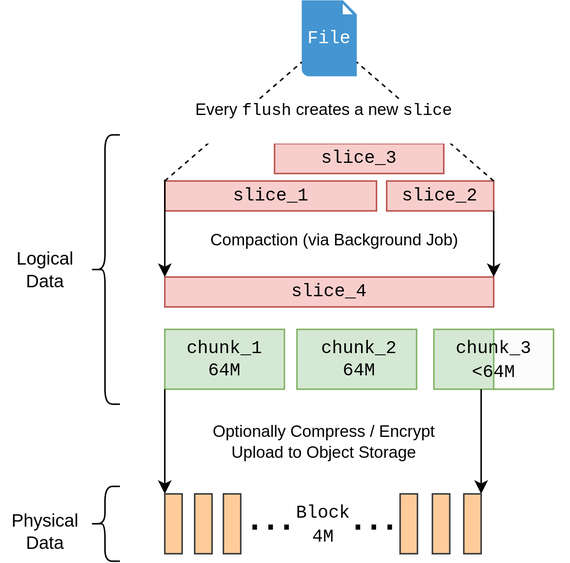
This is docs/en/images/data-structure-diagram.svg from juicedata/juicefs, a draw.io export, as it was before one commit. Source tidied: cells renumbered, new cells last; positions are measured from the earlier drawing's top-left corner, leaving out a move shared by most shapes.
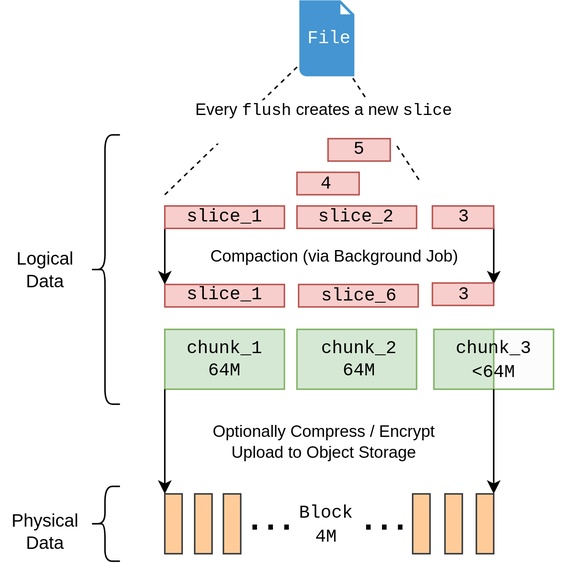
The same diagram one commit later.

Change to the diagram source:
```diff
@@ -3,7 +3,7 @@
     <mxCell id="0" />
     <mxCell id="1" parent="0" />
     <mxCell id="2" style="shadow=0;dashed=0;html=1;strokeColor=none;fillColor=#4495D1;labelPosition=center;verticalLabelPosition=bottom;verticalAlign=top;align=center;outlineConnect=0;shape=mxgraph.veeam.2d.file;" parent="1" vertex="1">
-      <mxGeometry x="201.6" width="36.8" height="50.8" as="geometry" />
+      <mxGeometry x="200" width="36.8" height="50.8" as="geometry" />
     </mxCell>
     <mxCell id="3" value="&lt;font face=&quot;Courier New&quot;&gt;File&lt;/font&gt;" style="text;strokeColor=none;align=center;fillColor=none;html=1;verticalAlign=middle;whiteSpace=wrap;rounded=0;fontColor=#ffffff;" parent="1" vertex="1">
       <mxGeometry x="190" y="10.4" width="60" height="30" as="geometry" />
@@ -17,116 +17,141 @@
     <mxCell id="6" value="&lt;p style=&quot;margin:13px;&quot;&gt;&lt;br&gt;&lt;/p&gt;" style="shape=rect;html=1;overflow=fill;whiteSpace=wrap;align=center;fillColor=#d5e8d4;strokeColor=#82b366;gradientColor=none;gradientDirection=east;" parent="1" vertex="1">
       <mxGeometry x="290" y="220" width="80" height="40" as="geometry" />
     </mxCell>
-    <mxCell id="7" value="&lt;p style=&quot;margin:13px;&quot;&gt;&lt;br&gt;&lt;/p&gt;" style="shape=rect;html=1;overflow=fill;whiteSpace=wrap;align=center;fillColor=#f8cecc;strokeColor=#b85450;" parent="1" vertex="1">
-      <mxGeometry x="110" y="120.8" width="141.6" height="20" as="geometry" />
+    <mxCell id="7" style="endArrow=none;dashed=1;html=1;rounded=0;exitX=0;exitY=0;exitDx=0;exitDy=0;" parent="1" edge="1" target="2">
+      <mxGeometry relative="1" as="geometry">
+        <mxPoint x="110" y="130" as="sourcePoint" />
+      </mxGeometry>
     </mxCell>
-    <mxCell id="8" value="slice_1" style="text;strokeColor=none;align=center;fillColor=none;html=1;verticalAlign=middle;whiteSpace=wrap;rounded=0;fontFamily=Courier New;" parent="1" vertex="1">
-      <mxGeometry x="150.8" y="115.8" width="60" height="30" as="geometry" />
+    <mxCell id="8" style="endArrow=none;dashed=1;html=1;rounded=0;exitX=1;exitY=0;exitDx=0;exitDy=0;" parent="1" edge="1" target="2">
+      <mxGeometry relative="1" as="geometry">
+        <mxPoint x="280" y="120" as="sourcePoint" />
+      </mxGeometry>
     </mxCell>
-    <mxCell id="9" value="&lt;p style=&quot;margin:13px;&quot;&gt;&lt;br&gt;&lt;/p&gt;" style="shape=rect;html=1;overflow=fill;whiteSpace=wrap;align=center;fillColor=#f8cecc;strokeColor=#b85450;" parent="1" vertex="1">
-      <mxGeometry x="258.4" y="120.8" width="71.6" height="20" as="geometry" />
+    <mxCell id="9" value="chunk_1&lt;br&gt;64M" style="text;strokeColor=none;align=center;fillColor=none;html=1;verticalAlign=middle;whiteSpace=wrap;rounded=0;fontFamily=Courier New;" parent="1" vertex="1">
+      <mxGeometry x="100" y="225" width="100" height="30" as="geometry" />
     </mxCell>
-    <mxCell id="10" value="&lt;p style=&quot;margin:13px;&quot;&gt;&lt;br&gt;&lt;/p&gt;" style="shape=rect;html=1;overflow=fill;whiteSpace=wrap;align=center;fillColor=#f8cecc;strokeColor=#b85450;" parent="1" vertex="1">
-      <mxGeometry x="183.4" y="95.8" width="113.2" height="20" as="geometry" />
+    <mxCell id="10" value="chunk_2&lt;br&gt;64M" style="text;strokeColor=none;align=center;fillColor=none;html=1;verticalAlign=middle;whiteSpace=wrap;rounded=0;fontFamily=Courier New;" parent="1" vertex="1">
+      <mxGeometry x="190" y="225" width="100" height="30" as="geometry" />
     </mxCell>
-    <mxCell id="11" value="slice_3" style="text;strokeColor=none;align=center;fillColor=none;html=1;verticalAlign=middle;whiteSpace=wrap;rounded=0;fontFamily=Courier New;" parent="1" vertex="1">
-      <mxGeometry x="210" y="90.8" width="60" height="30" as="geometry" />
+    <mxCell id="11" value="&lt;p style=&quot;margin:13px;&quot;&gt;&lt;br&gt;&lt;/p&gt;" style="shape=rect;html=1;overflow=fill;whiteSpace=wrap;align=center;fillColor=#FCFCFC;strokeColor=#82b366;gradientColor=none;gradientDirection=east;" parent="1" vertex="1">
+      <mxGeometry x="330" y="220" width="40" height="40" as="geometry" />
     </mxCell>
-    <mxCell id="12" style="endArrow=none;dashed=1;html=1;rounded=0;exitX=0;exitY=0;exitDx=0;exitDy=0;" parent="1" edge="1" source="7" target="2">
-      <mxGeometry relative="1" as="geometry" />
+    <mxCell id="12" value="&lt;font face=&quot;Courier New&quot;&gt;chunk_3&lt;br&gt;&amp;lt;64M&lt;/font&gt;" style="text;strokeColor=none;align=center;fillColor=none;html=1;verticalAlign=middle;whiteSpace=wrap;rounded=0;" parent="1" vertex="1">
+      <mxGeometry x="280" y="225" width="100" height="30" as="geometry" />
     </mxCell>
-    <mxCell id="13" style="endArrow=none;dashed=1;html=1;rounded=0;exitX=1;exitY=0;exitDx=0;exitDy=0;" parent="1" edge="1" source="9" target="2">
-      <mxGeometry relative="1" as="geometry" />
+    <mxCell id="13" value="&lt;p style=&quot;text-align: left; margin: 13px;&quot;&gt;&lt;br&gt;&lt;/p&gt;" style="shape=rect;html=1;overflow=fill;whiteSpace=wrap;align=center;fillColor=#ffcc99;strokeColor=#36393d;" parent="1" vertex="1">
+      <mxGeometry x="110" y="330" width="11.6" height="40" as="geometry" />
     </mxCell>
-    <mxCell id="14" value="chunk_1&lt;br&gt;64M" style="text;strokeColor=none;align=center;fillColor=none;html=1;verticalAlign=middle;whiteSpace=wrap;rounded=0;fontFamily=Courier New;" parent="1" vertex="1">
-      <mxGeometry x="100" y="225" width="100" height="30" as="geometry" />
+    <mxCell id="14" value="&lt;p style=&quot;text-align: left; margin: 13px;&quot;&gt;&lt;br&gt;&lt;/p&gt;" style="shape=rect;html=1;overflow=fill;whiteSpace=wrap;align=center;fillColor=#ffcc99;strokeColor=#36393d;" parent="1" vertex="1">
+      <mxGeometry x="130" y="330" width="11.6" height="40" as="geometry" />
     </mxCell>
-    <mxCell id="15" value="chunk_2&lt;br&gt;64M" style="text;strokeColor=none;align=center;fillColor=none;html=1;verticalAlign=middle;whiteSpace=wrap;rounded=0;fontFamily=Courier New;" parent="1" vertex="1">
-      <mxGeometry x="190" y="225" width="100" height="30" as="geometry" />
+    <mxCell id="15" value="&lt;p style=&quot;text-align: left; margin: 13px;&quot;&gt;&lt;br&gt;&lt;/p&gt;" style="shape=rect;html=1;overflow=fill;whiteSpace=wrap;align=center;fillColor=#ffcc99;strokeColor=#36393d;" parent="1" vertex="1">
+      <mxGeometry x="149.2" y="330" width="11.6" height="40" as="geometry" />
     </mxCell>
-    <mxCell id="16" value="&lt;p style=&quot;margin:13px;&quot;&gt;&lt;br&gt;&lt;/p&gt;" style="shape=rect;html=1;overflow=fill;whiteSpace=wrap;align=center;fillColor=#FCFCFC;strokeColor=#82b366;gradientColor=none;gradientDirection=east;" parent="1" vertex="1">
-      <mxGeometry x="330" y="220" width="40" height="40" as="geometry" />
+    <mxCell id="16" value="&lt;p style=&quot;text-align: left; margin: 13px;&quot;&gt;&lt;br&gt;&lt;/p&gt;" style="shape=rect;html=1;overflow=fill;whiteSpace=wrap;align=center;fillColor=#ffcc99;strokeColor=#36393d;" parent="1" vertex="1">
+      <mxGeometry x="275.8" y="330" width="11.6" height="40" as="geometry" />
     </mxCell>
-    <mxCell id="17" value="&lt;font face=&quot;Courier New&quot;&gt;chunk_3&lt;br&gt;&amp;lt;64M&lt;/font&gt;" style="text;strokeColor=none;align=center;fillColor=none;html=1;verticalAlign=middle;whiteSpace=wrap;rounded=0;" parent="1" vertex="1">
-      <mxGeometry x="280" y="225" width="100" height="30" as="geometry" />
+    <mxCell id="17" value="&lt;p style=&quot;text-align: left; margin: 13px;&quot;&gt;&lt;br&gt;&lt;/p&gt;" style="shape=rect;html=1;overflow=fill;whiteSpace=wrap;align=center;fillColor=#ffcc99;strokeColor=#36393d;" parent="1" vertex="1">
+      <mxGeometry x="297.4" y="330" width="11.6" height="40" as="geometry" />
     </mxCell>
-    <mxCell id="18" value="slice_2" style="text;strokeColor=none;align=center;fillColor=none;html=1;verticalAlign=middle;whiteSpace=wrap;rounded=0;fontFamily=Courier New;" parent="1" vertex="1">
-      <mxGeometry x="264.2" y="115.8" width="60" height="30" as="geometry" />
+    <mxCell id="18" value="&lt;p style=&quot;text-align: left; margin: 13px;&quot;&gt;&lt;br&gt;&lt;/p&gt;" style="shape=rect;html=1;overflow=fill;whiteSpace=wrap;align=center;fillColor=#ffcc99;strokeColor=#36393d;" parent="1" vertex="1">
+      <mxGeometry x="318.4" y="330" width="11.6" height="40" as="geometry" />
     </mxCell>
-    <mxCell id="19" value="&lt;p style=&quot;text-align: left; margin: 13px;&quot;&gt;&lt;br&gt;&lt;/p&gt;" style="shape=rect;html=1;overflow=fill;whiteSpace=wrap;align=center;fillColor=#ffcc99;strokeColor=#36393d;" parent="1" vertex="1">
-      <mxGeometry x="110" y="330" width="11.6" height="40" as="geometry" />
+    <mxCell id="19" value="&lt;font face=&quot;Courier New&quot;&gt;Block 4M&lt;br&gt;&lt;/font&gt;" style="text;strokeColor=none;align=center;fillColor=none;html=1;verticalAlign=middle;whiteSpace=wrap;rounded=0;" parent="1" vertex="1">
+      <mxGeometry x="191.3" y="335" width="54.2" height="30" as="geometry" />
     </mxCell>
-    <mxCell id="20" value="&lt;p style=&quot;text-align: left; margin: 13px;&quot;&gt;&lt;br&gt;&lt;/p&gt;" style="shape=rect;html=1;overflow=fill;whiteSpace=wrap;align=center;fillColor=#ffcc99;strokeColor=#36393d;" parent="1" vertex="1">
-      <mxGeometry x="130" y="330" width="11.6" height="40" as="geometry" />
+    <mxCell id="20" style="shape=curlyBracket;whiteSpace=wrap;html=1;rounded=1;labelPosition=left;verticalLabelPosition=middle;align=right;verticalAlign=middle;" parent="1" vertex="1">
+      <mxGeometry x="60" y="90" width="20" height="180" as="geometry" />
     </mxCell>
-    <mxCell id="21" value="&lt;p style=&quot;text-align: left; margin: 13px;&quot;&gt;&lt;br&gt;&lt;/p&gt;" style="shape=rect;html=1;overflow=fill;whiteSpace=wrap;align=center;fillColor=#ffcc99;strokeColor=#36393d;" parent="1" vertex="1">
-      <mxGeometry x="149.2" y="330" width="11.6" height="40" as="geometry" />
+    <mxCell id="21" value="Logical&lt;br&gt;Data" style="text;strokeColor=none;align=center;fillColor=none;html=1;verticalAlign=middle;whiteSpace=wrap;rounded=0;" parent="1" vertex="1">
+      <mxGeometry y="165" width="60" height="30" as="geometry" />
     </mxCell>
-    <mxCell id="22" value="&lt;p style=&quot;text-align: left; margin: 13px;&quot;&gt;&lt;br&gt;&lt;/p&gt;" style="shape=rect;html=1;overflow=fill;whiteSpace=wrap;align=center;fillColor=#ffcc99;strokeColor=#36393d;" parent="1" vertex="1">
-      <mxGeometry x="267.4" y="330" width="11.6" height="40" as="geometry" />
+    <mxCell id="22" style="shape=curlyBracket;whiteSpace=wrap;html=1;rounded=1;labelPosition=left;verticalLabelPosition=middle;align=right;verticalAlign=middle;" parent="1" vertex="1">
+      <mxGeometry x="60" y="325" width="20" height="50" as="geometry" />
     </mxCell>
-    <mxCell id="23" value="&lt;p style=&quot;text-align: left; margin: 13px;&quot;&gt;&lt;br&gt;&lt;/p&gt;" style="shape=rect;html=1;overflow=fill;whiteSpace=wrap;align=center;fillColor=#ffcc99;strokeColor=#36393d;" parent="1" vertex="1">
-      <mxGeometry x="289" y="330" width="11.6" height="40" as="geometry" />
+    <mxCell id="23" value="Physical&lt;br&gt;Data" style="text;strokeColor=none;align=center;fillColor=none;html=1;verticalAlign=middle;whiteSpace=wrap;rounded=0;" parent="1" vertex="1">
+      <mxGeometry y="340" width="60" height="30" as="geometry" />
     </mxCell>
-    <mxCell id="24" value="&lt;p style=&quot;text-align: left; margin: 13px;&quot;&gt;&lt;br&gt;&lt;/p&gt;" style="shape=rect;html=1;overflow=fill;whiteSpace=wrap;align=center;fillColor=#ffcc99;strokeColor=#36393d;" parent="1" vertex="1">
-      <mxGeometry x="310" y="330" width="11.6" height="40" as="geometry" />
+    <mxCell id="24" style="endArrow=classic;html=1;rounded=0;exitX=0;exitY=1;exitDx=0;exitDy=0;entryX=0;entryY=0;entryDx=0;entryDy=0;" parent="1" edge="1" source="5" target="13">
+      <mxGeometry relative="1" as="geometry" />
     </mxCell>
-    <mxCell id="25" value="&lt;font face=&quot;Courier New&quot;&gt;Block&lt;br&gt;4M&lt;br&gt;&lt;/font&gt;" style="text;strokeColor=none;align=center;fillColor=none;html=1;verticalAlign=middle;whiteSpace=wrap;rounded=0;" parent="1" vertex="1">
-      <mxGeometry x="185.8" y="335" width="60" height="30" as="geometry" />
+    <mxCell id="25" value="Optionally Compress / Encrypt&lt;br&gt;Upload to Object Storage" style="edgeLabel;html=1;align=center;verticalAlign=middle;fontFamily=Helvetica;" parent="24" vertex="1">
+      <mxGeometry relative="1" as="geometry">
+        <mxPoint x="106" as="offset" />
+      </mxGeometry>
     </mxCell>
-    <mxCell id="26" style="shape=curlyBracket;whiteSpace=wrap;html=1;rounded=1;labelPosition=left;verticalLabelPosition=middle;align=right;verticalAlign=middle;" parent="1" vertex="1">
-      <mxGeometry x="60" y="90" width="20" height="180" as="geometry" />
+    <mxCell id="26" style="endArrow=classic;html=1;rounded=0;exitX=0.5;exitY=1;exitDx=0;exitDy=0;" parent="1" edge="1" source="6">
+      <mxGeometry relative="1" as="geometry">
+        <mxPoint x="330" y="330" as="targetPoint" />
+      </mxGeometry>
     </mxCell>
-    <mxCell id="27" value="Logical&lt;br&gt;Data" style="text;strokeColor=none;align=center;fillColor=none;html=1;verticalAlign=middle;whiteSpace=wrap;rounded=0;" parent="1" vertex="1">
-      <mxGeometry y="165" width="60" height="30" as="geometry" />
+    <mxCell id="27" value="&lt;font style=&quot;font-size: 32px;&quot;&gt;&lt;span&gt;···&lt;/span&gt;&lt;/font&gt;" style="text;strokeColor=none;align=center;fillColor=none;html=1;verticalAlign=middle;whiteSpace=wrap;rounded=0;fontStyle=0;" parent="1" vertex="1">
+      <mxGeometry x="150.8" y="335" width="60" height="30" as="geometry" />
     </mxCell>
-    <mxCell id="28" style="shape=curlyBracket;whiteSpace=wrap;html=1;rounded=1;labelPosition=left;verticalLabelPosition=middle;align=right;verticalAlign=middle;" parent="1" vertex="1">
-      <mxGeometry x="60" y="325" width="20" height="50" as="geometry" />
+    <mxCell id="28" value="&lt;font style=&quot;font-size: 32px;&quot;&gt;&lt;span&gt;···&lt;/span&gt;&lt;/font&gt;" style="text;strokeColor=none;align=center;fillColor=none;html=1;verticalAlign=middle;whiteSpace=wrap;rounded=0;fontStyle=0;" parent="1" vertex="1">
+      <mxGeometry x="227.4" y="335" width="60" height="30" as="geometry" />
     </mxCell>
-    <mxCell id="29" value="Physical&lt;br&gt;Data" style="text;strokeColor=none;align=center;fillColor=none;html=1;verticalAlign=middle;whiteSpace=wrap;rounded=0;" parent="1" vertex="1">
-      <mxGeometry y="340" width="60" height="30" as="geometry" />
+    <mxCell id="29" value="Every &lt;font face=&quot;Courier New&quot;&gt;flush&lt;/font&gt; creates a new &lt;font face=&quot;Courier New&quot;&gt;slice&lt;br&gt;&lt;br&gt;&lt;/font&gt;" style="edgeLabel;html=1;align=center;verticalAlign=middle;fontFamily=Helvetica;" parent="1" vertex="1">
+      <mxGeometry x="215.8" y="80.8" as="geometry" />
     </mxCell>
-    <mxCell id="30" style="endArrow=classic;html=1;rounded=0;exitX=0;exitY=1;exitDx=0;exitDy=0;entryX=0;entryY=0;entryDx=0;entryDy=0;" parent="1" edge="1" source="5" target="19">
-      <mxGeometry relative="1" as="geometry" />
+    <mxCell id="30" value="&lt;p style=&quot;margin:13px;&quot;&gt;&lt;br&gt;&lt;/p&gt;" style="shape=rect;html=1;overflow=fill;whiteSpace=wrap;align=center;fillColor=#f8cecc;strokeColor=#b85450;" parent="1" vertex="1">
+      <mxGeometry x="110" y="190" width="80" height="15" as="geometry" />
     </mxCell>
-    <mxCell id="31" value="Optionally Compress / Encrypt&lt;br&gt;Upload to Object Storage" style="edgeLabel;html=1;align=center;verticalAlign=middle;fontFamily=Helvetica;" parent="30" vertex="1">
-      <mxGeometry relative="1" as="geometry">
-        <mxPoint x="106" as="offset" />
-      </mxGeometry>
+    <mxCell id="31" value="slice_1" style="text;strokeColor=none;align=center;fillColor=none;html=1;verticalAlign=middle;whiteSpace=wrap;rounded=0;fontFamily=Courier New;" parent="1" vertex="1">
+      <mxGeometry x="120" y="181.5" width="60" height="30" as="geometry" />
     </mxCell>
-    <mxCell id="32" style="endArrow=classic;html=1;rounded=0;exitX=0;exitY=1;exitDx=0;exitDy=0;entryX=0;entryY=0;entryDx=0;entryDy=0;" parent="1" edge="1">
-      <mxGeometry relative="1" as="geometry">
-        <mxPoint x="321.6" y="260" as="sourcePoint" />
-        <mxPoint x="321.6" y="330" as="targetPoint" />
-      </mxGeometry>
+    <mxCell id="32" style="endArrow=classic;html=1;rounded=0;entryX=0;entryY=0;entryDx=0;entryDy=0;exitX=0;exitY=1;exitDx=0;exitDy=0;" parent="1" edge="1" source="35" target="30">
+      <mxGeometry relative="1" as="geometry" />
     </mxCell>
-    <mxCell id="33" value="&lt;font style=&quot;font-size: 32px;&quot;&gt;&lt;span&gt;···&lt;/span&gt;&lt;/font&gt;" style="text;strokeColor=none;align=center;fillColor=none;html=1;verticalAlign=middle;whiteSpace=wrap;rounded=0;fontStyle=0;" parent="1" vertex="1">
-      <mxGeometry x="150.8" y="335" width="60" height="30" as="geometry" />
+    <mxCell id="33" value="Compaction (via Background Job)" style="edgeLabel;html=1;align=center;verticalAlign=middle;fontFamily=Helvetica;" parent="32" vertex="1">
+      <mxGeometry relative="1" as="geometry">
+        <mxPoint x="113" y="-1" as="offset" />
+      </mxGeometry>
     </mxCell>
-    <mxCell id="34" value="&lt;font style=&quot;font-size: 32px;&quot;&gt;&lt;span&gt;···&lt;/span&gt;&lt;/font&gt;" style="text;strokeColor=none;align=center;fillColor=none;html=1;verticalAlign=middle;whiteSpace=wrap;rounded=0;fontStyle=0;" parent="1" vertex="1">
-      <mxGeometry x="220" y="335" width="60" height="30" as="geometry" />
+    <mxCell id="34" style="endArrow=classic;html=1;rounded=0;exitX=0.842;exitY=0.667;exitDx=0;exitDy=0;entryX=0.842;entryY=0.283;entryDx=0;entryDy=0;entryPerimeter=0;exitPerimeter=0;" parent="1" edge="1" source="40" target="48">
+      <mxGeometry relative="1" as="geometry" />
     </mxCell>
-    <mxCell id="35" value="Every &lt;font face=&quot;Courier New&quot;&gt;flush&lt;/font&gt; creates a new &lt;font face=&quot;Courier New&quot;&gt;slice&lt;br&gt;&lt;br&gt;&lt;/font&gt;" style="edgeLabel;html=1;align=center;verticalAlign=middle;fontFamily=Helvetica;" parent="1" vertex="1">
-      <mxGeometry x="215.8" y="80.8" as="geometry" />
+    <mxCell id="35" value="&lt;p style=&quot;margin:13px;&quot;&gt;&lt;br&gt;&lt;/p&gt;" style="shape=rect;html=1;overflow=fill;whiteSpace=wrap;align=center;fillColor=#f8cecc;strokeColor=#b85450;" parent="1" vertex="1">
+      <mxGeometry x="110" y="137.5" width="80" height="15" as="geometry" />
     </mxCell>
-    <mxCell id="36" value="&lt;p style=&quot;margin:13px;&quot;&gt;&lt;br&gt;&lt;/p&gt;" style="shape=rect;html=1;overflow=fill;whiteSpace=wrap;align=center;fillColor=#f8cecc;strokeColor=#b85450;" parent="1" vertex="1">
-      <mxGeometry x="110" y="185" width="220" height="20" as="geometry" />
+    <mxCell id="36" value="slice_1" style="text;strokeColor=none;align=center;fillColor=none;html=1;verticalAlign=middle;whiteSpace=wrap;rounded=0;fontFamily=Courier New;" parent="1" vertex="1">
+      <mxGeometry x="120" y="130" width="60" height="30" as="geometry" />
     </mxCell>
-    <mxCell id="37" value="slice_4" style="text;strokeColor=none;align=center;fillColor=none;html=1;verticalAlign=middle;whiteSpace=wrap;rounded=0;fontFamily=Courier New;" parent="1" vertex="1">
-      <mxGeometry x="190" y="180" width="60" height="30" as="geometry" />
+    <mxCell id="37" value="&lt;p style=&quot;margin:13px;&quot;&gt;&lt;br&gt;&lt;/p&gt;" style="shape=rect;html=1;overflow=fill;whiteSpace=wrap;align=center;fillColor=#f8cecc;strokeColor=#b85450;" parent="1" vertex="1">
+      <mxGeometry x="198.4" y="137.5" width="80" height="15" as="geometry" />
     </mxCell>
-    <mxCell id="38" style="endArrow=classic;html=1;rounded=0;entryX=0;entryY=0;entryDx=0;entryDy=0;" parent="1" edge="1" target="36">
-      <mxGeometry relative="1" as="geometry">
-        <mxPoint x="110" y="120" as="sourcePoint" />
-      </mxGeometry>
+    <mxCell id="38" value="slice_2" style="text;strokeColor=none;align=center;fillColor=none;html=1;verticalAlign=middle;whiteSpace=wrap;rounded=0;fontFamily=Courier New;" parent="1" vertex="1">
+      <mxGeometry x="208.4" y="130" width="60" height="30" as="geometry" />
     </mxCell>
-    <mxCell id="39" value="Compaction (via Background Job)" style="edgeLabel;html=1;align=center;verticalAlign=middle;fontFamily=Helvetica;" parent="38" vertex="1">
-      <mxGeometry relative="1" as="geometry">
-        <mxPoint x="113" y="7" as="offset" />
-      </mxGeometry>
+    <mxCell id="39" value="&lt;p style=&quot;margin:13px;&quot;&gt;&lt;br&gt;&lt;/p&gt;" style="shape=rect;html=1;overflow=fill;whiteSpace=wrap;align=center;fillColor=#f8cecc;strokeColor=#b85450;" parent="1" vertex="1">
+      <mxGeometry x="289" y="137.5" width="41" height="15" as="geometry" />
     </mxCell>
-    <mxCell id="40" style="endArrow=classic;html=1;rounded=0;exitX=1;exitY=1;exitDx=0;exitDy=0;entryX=1;entryY=0;entryDx=0;entryDy=0;" parent="1" edge="1" source="9" target="36">
-      <mxGeometry relative="1" as="geometry" />
+    <mxCell id="40" value="3" style="text;strokeColor=none;align=center;fillColor=none;html=1;verticalAlign=middle;whiteSpace=wrap;rounded=0;fontFamily=Courier New;" parent="1" vertex="1">
+      <mxGeometry x="279.5" y="130" width="60" height="30" as="geometry" />
     </mxCell>
+    <mxCell id="41" value="&lt;p style=&quot;margin:13px;&quot;&gt;&lt;br&gt;&lt;/p&gt;" style="shape=rect;html=1;overflow=fill;whiteSpace=wrap;align=center;fillColor=#f8cecc;strokeColor=#b85450;" parent="1" vertex="1">
+      <mxGeometry x="198.4" y="115" width="41.6" height="15" as="geometry" />
+    </mxCell>
+    <mxCell id="42" value="4" style="text;strokeColor=none;align=center;fillColor=none;html=1;verticalAlign=middle;whiteSpace=wrap;rounded=0;fontFamily=Courier New;" parent="1" vertex="1">
+      <mxGeometry x="188.4" y="107.5" width="60" height="30" as="geometry" />
+    </mxCell>
+    <mxCell id="43" value="&lt;p style=&quot;margin:13px;&quot;&gt;&lt;br&gt;&lt;/p&gt;" style="shape=rect;html=1;overflow=fill;whiteSpace=wrap;align=center;fillColor=#f8cecc;strokeColor=#b85450;" parent="1" vertex="1">
+      <mxGeometry x="219.2" y="92.5" width="41.6" height="15" as="geometry" />
+    </mxCell>
+    <mxCell id="44" value="5" style="text;strokeColor=none;align=center;fillColor=none;html=1;verticalAlign=middle;whiteSpace=wrap;rounded=0;fontFamily=Courier New;" parent="1" vertex="1">
+      <mxGeometry x="210" y="85" width="60" height="30" as="geometry" />
+    </mxCell>
+    <mxCell id="45" value="&lt;p style=&quot;margin:13px;&quot;&gt;&lt;br&gt;&lt;/p&gt;" style="shape=rect;html=1;overflow=fill;whiteSpace=wrap;align=center;fillColor=#f8cecc;strokeColor=#b85450;" parent="1" vertex="1">
+      <mxGeometry x="199.5" y="190" width="80" height="15" as="geometry" />
+    </mxCell>
+    <mxCell id="46" value="slice_6" style="text;strokeColor=none;align=center;fillColor=none;html=1;verticalAlign=middle;whiteSpace=wrap;rounded=0;fontFamily=Courier New;" parent="1" vertex="1">
+      <mxGeometry x="209.5" y="182.5" width="60" height="30" as="geometry" />
+    </mxCell>
+    <mxCell id="47" value="&lt;p style=&quot;margin:13px;&quot;&gt;&lt;br&gt;&lt;/p&gt;" style="shape=rect;html=1;overflow=fill;whiteSpace=wrap;align=center;fillColor=#f8cecc;strokeColor=#b85450;" parent="1" vertex="1">
+      <mxGeometry x="289" y="189" width="41" height="15" as="geometry" />
+    </mxCell>
+    <mxCell id="48" value="3" style="text;strokeColor=none;align=center;fillColor=none;html=1;verticalAlign=middle;whiteSpace=wrap;rounded=0;fontFamily=Courier New;" parent="1" vertex="1">
+      <mxGeometry x="279.5" y="181.5" width="60" height="30" as="geometry" />
+    </mxCell>
   </root>
 </mxGraphModel>
```
